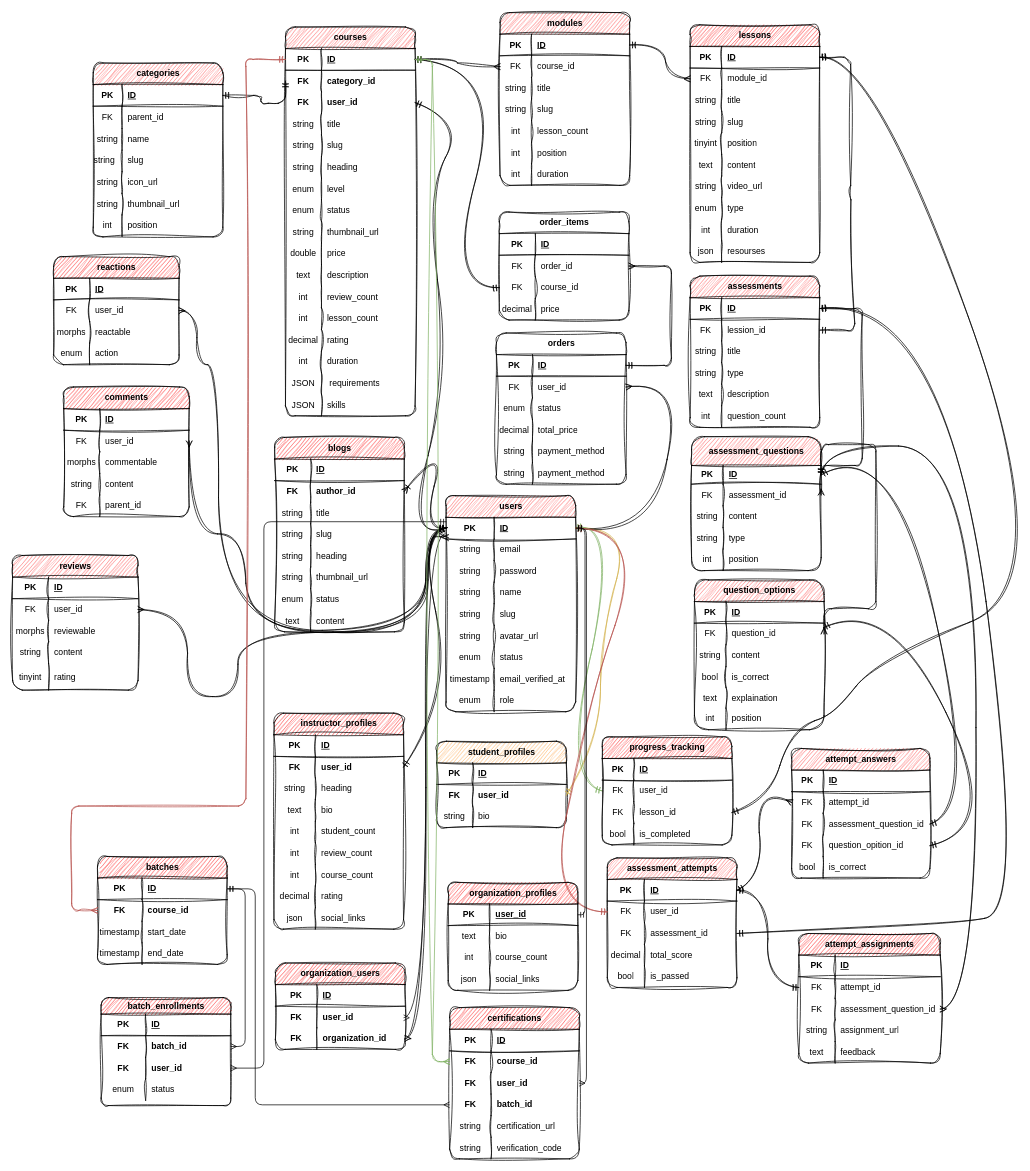
Above: CodeZoneDatabase.drawio in BuiVanHuy001/CodeZone (draw.io), before the change. Source tidied: cells renumbered, new cells numbered last; positions are measured from the earlier drawing's top-left corner, leaving out a move shared by most shapes. Both pictures are drawn from the tidied source at 72%, with x=0, y=0 at pixel (12, 12).
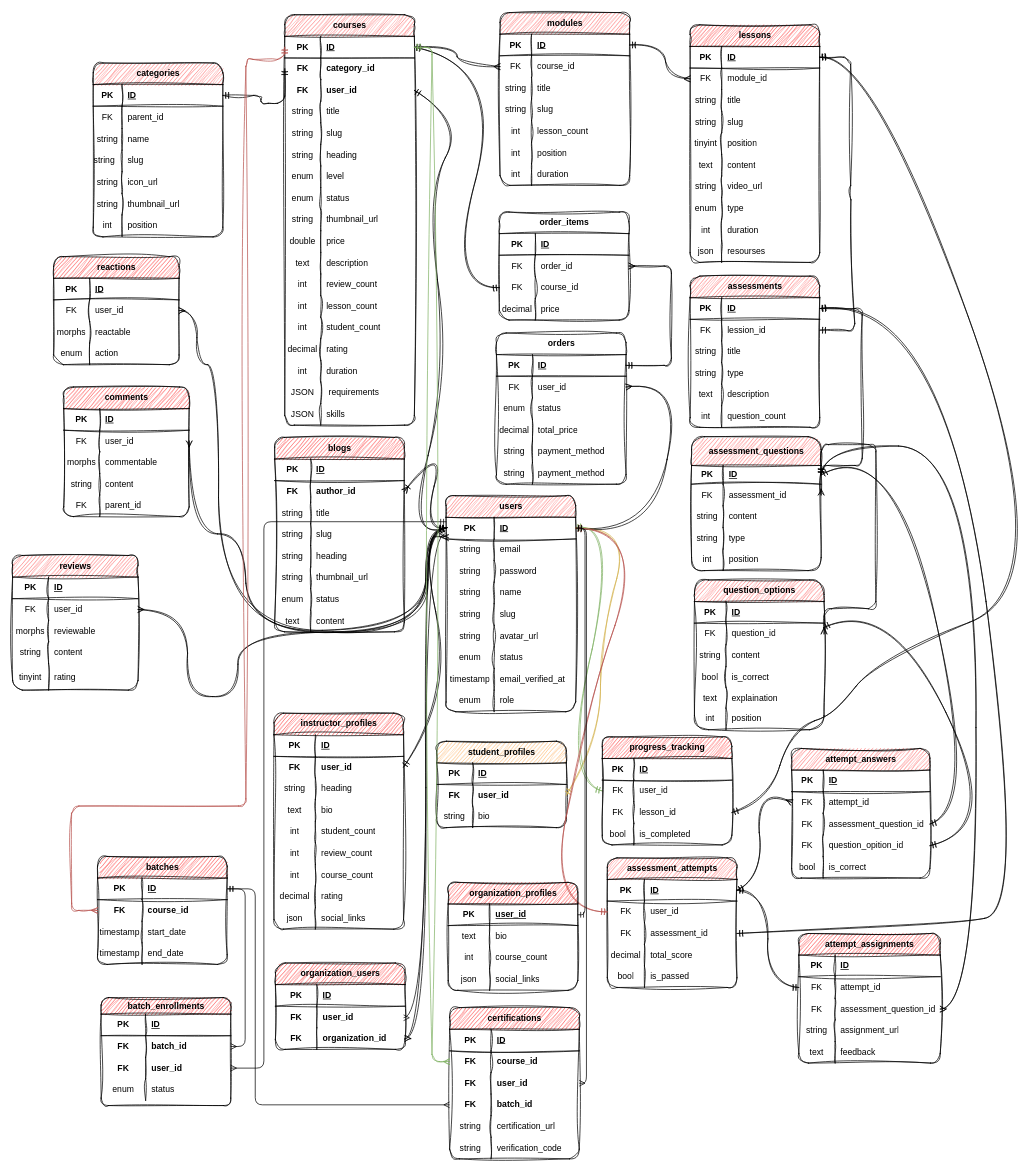
Above is the later version.

What changed in the source:
```diff
@@
     <mxCell id="30" value="courses" style="shape=table;startSize=30;childLayout=tableLayout;rowLines=0;fontStyle=1;align=center;html=1;sketch=1;curveFitting=1;jiggle=2;rounded=1;shadow=0;fillColor=#FF6666;" parent="1" vertex="1">
-      <mxGeometry x="379" y="20" width="180" height="540" as="geometry" />
+      <mxGeometry x="378" y="3" width="180" height="570" as="geometry" />
     </mxCell>
@@
+    <mxCell id="514" style="shape=tableRow;horizontal=0;startSize=0;swimlaneHead=0;swimlaneBody=0;fillColor=none;top=0;left=0;right=0;bottom=0;sketch=1;curveFitting=1;jiggle=2;rounded=1;shadow=0;" parent="30" vertex="1">
+      <mxGeometry y="420" width="180" height="30" as="geometry" />
+    </mxCell>
+    <mxCell id="515" value="int" style="shape=partialRectangle;fillColor=none;top=0;left=0;bottom=0;right=0;overflow=hidden;whiteSpace=wrap;html=1;sketch=1;curveFitting=1;jiggle=2;rounded=1;shadow=0;" parent="514" vertex="1">
+      <mxGeometry width="50" height="30" as="geometry" />
+    </mxCell>
+    <mxCell id="516" value="student_count" style="shape=partialRectangle;fillColor=none;top=0;left=0;bottom=0;right=0;align=left;spacingLeft=6;overflow=hidden;whiteSpace=wrap;html=1;sketch=1;curveFitting=1;jiggle=2;rounded=1;shadow=0;" parent="514" vertex="1">
+      <mxGeometry x="50" width="130" height="30" as="geometry" />
+    </mxCell>
     <mxCell id="70" style="shape=tableRow;horizontal=0;startSize=0;swimlaneHead=0;swimlaneBody=0;fillColor=none;top=0;left=0;right=0;bottom=0;sketch=1;curveFitting=1;jiggle=2;rounded=1;shadow=0;" parent="30" vertex="1">
-      <mxGeometry y="420" width="180" height="30" as="geometry" />
+      <mxGeometry y="450" width="180" height="30" as="geometry" />
     </mxCell>
@@
     <mxCell id="73" style="shape=tableRow;horizontal=0;startSize=0;swimlaneHead=0;swimlaneBody=0;fillColor=none;top=0;left=0;right=0;bottom=0;sketch=1;curveFitting=1;jiggle=2;rounded=1;shadow=0;" parent="30" vertex="1">
-      <mxGeometry y="450" width="180" height="30" as="geometry" />
+      <mxGeometry y="480" width="180" height="30" as="geometry" />
     </mxCell>
@@
     <mxCell id="76" style="shape=tableRow;horizontal=0;startSize=0;swimlaneHead=0;swimlaneBody=0;fillColor=none;top=0;left=0;right=0;bottom=0;sketch=1;curveFitting=1;jiggle=2;rounded=1;shadow=0;" parent="30" vertex="1">
-      <mxGeometry y="480" width="180" height="30" as="geometry" />
+      <mxGeometry y="510" width="180" height="30" as="geometry" />
     </mxCell>
@@
     <mxCell id="79" style="shape=tableRow;horizontal=0;startSize=0;swimlaneHead=0;swimlaneBody=0;fillColor=none;top=0;left=0;right=0;bottom=0;sketch=1;curveFitting=1;jiggle=2;rounded=1;shadow=0;" parent="30" vertex="1">
-      <mxGeometry y="510" width="180" height="30" as="geometry" />
+      <mxGeometry y="540" width="180" height="30" as="geometry" />
     </mxCell>
```
